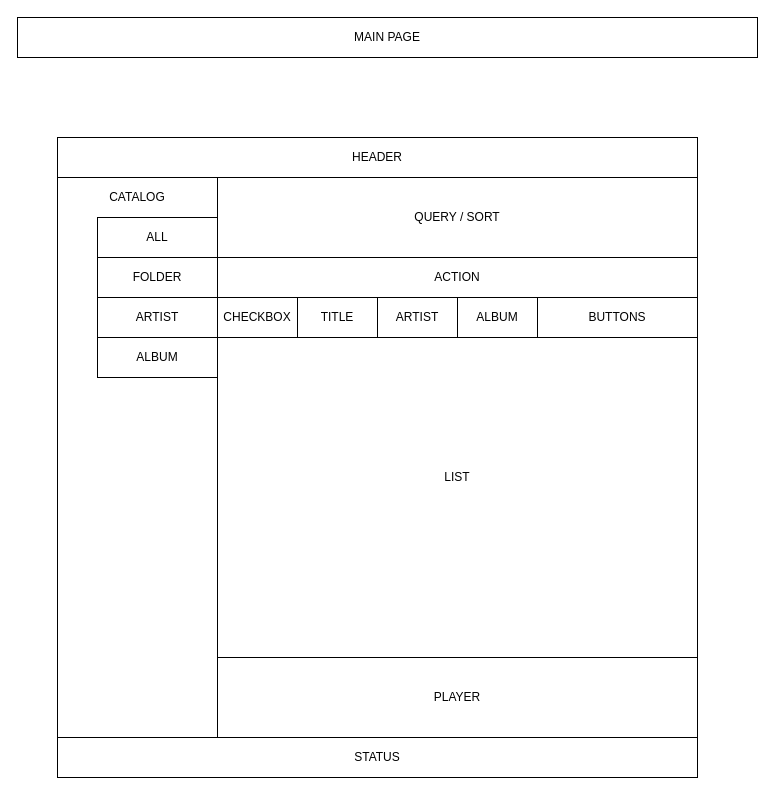
Earlier version of the draw.io diagram doc/main.page.drawio (OverlyDramatic/music-order-electron). Source tidied: cells renumbered, new cells numbered last; positions are measured from the earlier drawing's top-left corner, leaving out a move shared by most shapes. Both pictures are drawn from the tidied source at 100%, with x=0, y=0 at pixel (17, 17).
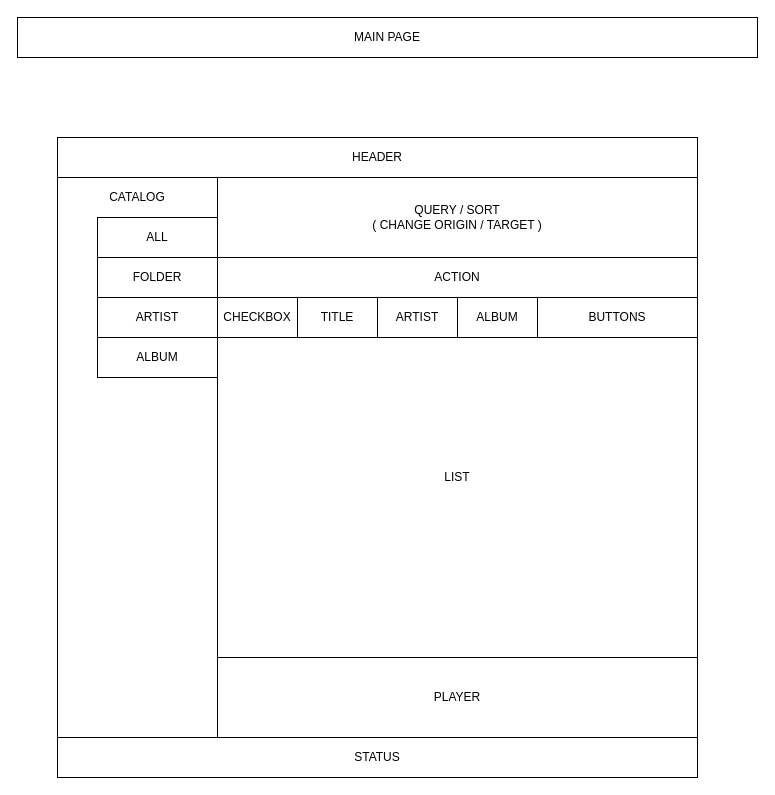
After the change.

The edit, as a diff of the source:
```diff
@@
-    <mxCell id="5" value="QUERY / SORT" style="rounded=0;whiteSpace=wrap;html=1;" parent="1" vertex="1">
+    <mxCell id="5" value="QUERY / SORT&lt;br&gt;( CHANGE ORIGIN / TARGET )" style="rounded=0;whiteSpace=wrap;html=1;" parent="1" vertex="1">
       <mxGeometry x="200" y="160" width="480" height="80" as="geometry" />
     </mxCell>
```
